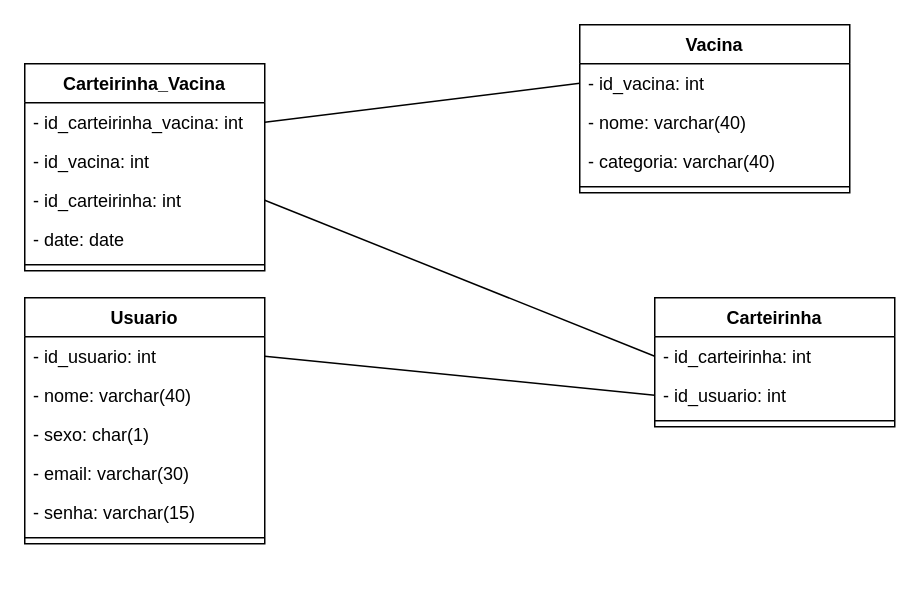
Carlozo/Vaprotec-carteira-de-vacina-digital keeps this draw.io diagram as documentacao/diagrama de classe.drawio. Above is the earlier version. Source tidied: cells renumbered, new cells numbered last; positions are measured from the earlier drawing's top-left corner, leaving out a move shared by most shapes. Both pictures are drawn from the tidied source at 150%, with x=0, y=0 at pixel (24, 24).
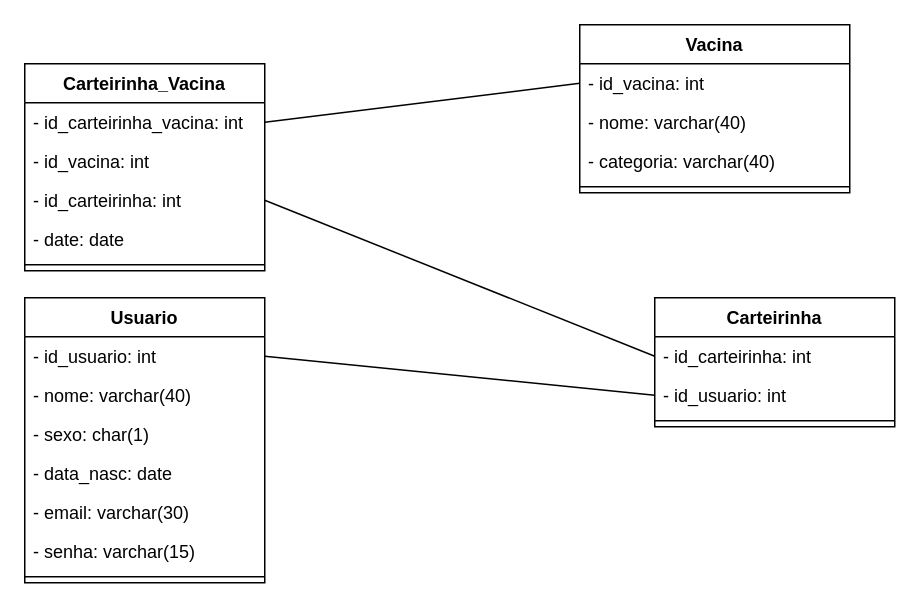
After the change.

Commit message (it also covers changes not shown here):
alteração dos diagramas, implementação do modelo ABNT no documento e inserção de tópicos

Change to the diagram source:
```diff
@@
     <mxCell id="8" value="Usuario" style="swimlane;fontStyle=1;align=center;verticalAlign=top;horizontal=1;startSize=26;" parent="1" vertex="1">
-      <mxGeometry y="182" width="160" height="164" as="geometry" />
+      <mxGeometry y="182" width="160" height="190" as="geometry" />
     </mxCell>
@@
+    <mxCell id="27" value="- data_nasc: date" style="text;strokeColor=none;fillColor=none;align=left;verticalAlign=top;spacingLeft=4;spacingRight=4;overflow=hidden;" parent="8" vertex="1">
+      <mxGeometry y="104" width="160" height="26" as="geometry" />
+    </mxCell>
     <mxCell id="12" value="- email: varchar(30)" style="text;strokeColor=none;fillColor=none;align=left;verticalAlign=top;spacingLeft=4;spacingRight=4;overflow=hidden;" parent="8" vertex="1">
-      <mxGeometry y="104" width="160" height="26" as="geometry" />
+      <mxGeometry y="130" width="160" height="26" as="geometry" />
     </mxCell>
     <mxCell id="13" value="- senha: varchar(15)" style="text;strokeColor=none;fillColor=none;align=left;verticalAlign=top;spacingLeft=4;spacingRight=4;overflow=hidden;" parent="8" vertex="1">
-      <mxGeometry y="130" width="160" height="26" as="geometry" />
+      <mxGeometry y="156" width="160" height="26" as="geometry" />
     </mxCell>
     <mxCell id="14" style="line;strokeWidth=1;fillColor=none;align=left;verticalAlign=middle;spacingTop=-1;spacingLeft=3;spacingRight=3;labelPosition=right;" parent="8" vertex="1">
-      <mxGeometry y="156" width="160" height="8" as="geometry" />
+      <mxGeometry y="182" width="160" height="8" as="geometry" />
     </mxCell>
```
